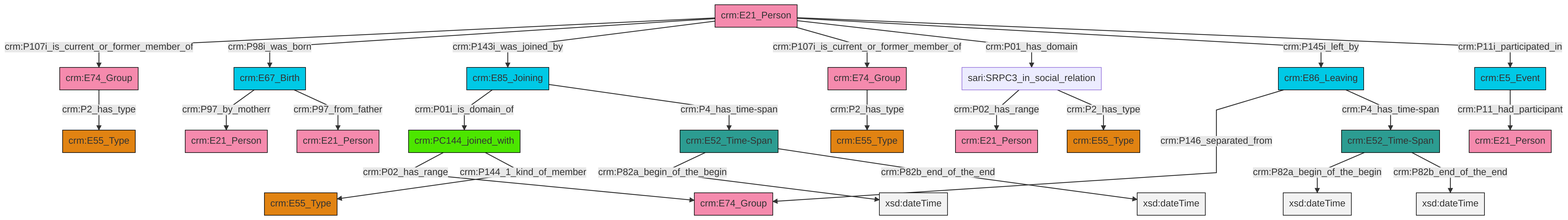
The Mermaid diagram et/personCSV/ttl/mmd/png/Person_Actor_Relations.png in swiss-art-research-net/reference-data-models, before a commit. Its source is kept beside it as et/personCSV/ttl/mmd/Person_Actor_Relations.ttl.mmd.
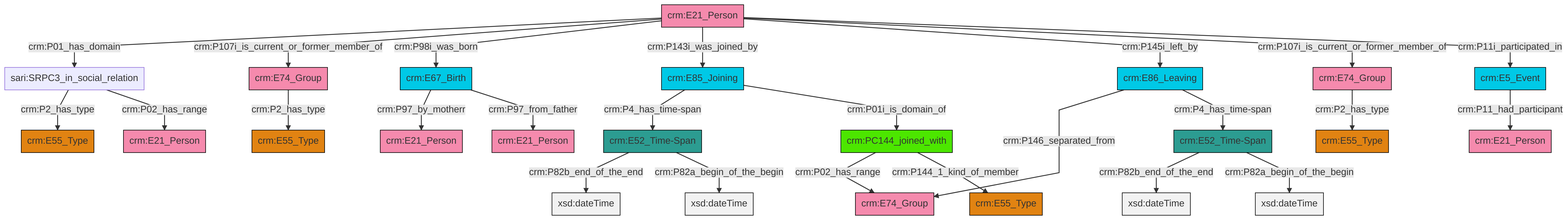
After the change.

Change to the diagram source:
```diff
@@ -13,27 +13,27 @@
 classDef PC_Classes fill:#4ce600, stroke:#000000;
 classDef Multi fill:#cccccc,stroke:#000000;
 
-2["crm:E21_Person"]:::Actor -->|crm:P107i_is_current_or_former_member_of| 3["crm:E74_Group"]:::Actor
-2["crm:E21_Person"]:::Actor -->|crm:P98i_was_born| 6["crm:E67_Birth"]:::Temporal_Entity
-7["crm:E85_Joining"]:::Temporal_Entity -->|crm:P01i_is_domain_of| 8["crm:PC144_joined_with"]:::PC_Classes
-6["crm:E67_Birth"]:::Temporal_Entity -->|crm:P97_by_motherr| 10["crm:E21_Person"]:::Actor
-13["crm:E86_Leaving"]:::Temporal_Entity -->|crm:P146_separated_from| 14["crm:E74_Group"]:::Actor
-15["crm:E52_Time-Span"]:::Time-Span -->|crm:P82a_begin_of_the_begin| 16[xsd:dateTime]:::Literal
-17["crm:E52_Time-Span"]:::Time-Span -->|crm:P82a_begin_of_the_begin| 18[xsd:dateTime]:::Literal
-17["crm:E52_Time-Span"]:::Time-Span -->|crm:P82b_end_of_the_end| 20[xsd:dateTime]:::Literal
-3["crm:E74_Group"]:::Actor -->|crm:P2_has_type| 11["crm:E55_Type"]:::Type
-15["crm:E52_Time-Span"]:::Time-Span -->|crm:P82b_end_of_the_end| 21[xsd:dateTime]:::Literal
-8["crm:PC144_joined_with"]:::PC_Classes -->|crm:P02_has_range| 14["crm:E74_Group"]:::Actor
-6["crm:E67_Birth"]:::Temporal_Entity -->|crm:P97_from_father| 22["crm:E21_Person"]:::Actor
-8["crm:PC144_joined_with"]:::PC_Classes -->|crm:P144_1_kind_of_member| 25["crm:E55_Type"]:::Type
-13["crm:E86_Leaving"]:::Temporal_Entity -->|crm:P4_has_time-span| 17["crm:E52_Time-Span"]:::Time-Span
-2["crm:E21_Person"]:::Actor -->|crm:P143i_was_joined_by| 7["crm:E85_Joining"]:::Temporal_Entity
-2["crm:E21_Person"]:::Actor -->|crm:P107i_is_current_or_former_member_of| 26["crm:E74_Group"]:::Actor
-2["crm:E21_Person"]:::Actor -->|crm:P01_has_domain| 27["sari:SRPC3_in_social_relation"]:::Default
-2["crm:E21_Person"]:::Actor -->|crm:P145i_left_by| 13["crm:E86_Leaving"]:::Temporal_Entity
-26["crm:E74_Group"]:::Actor -->|crm:P2_has_type| 4["crm:E55_Type"]:::Type
-27["sari:SRPC3_in_social_relation"]:::Default -->|crm:P02_has_range| 0["crm:E21_Person"]:::Actor
-2["crm:E21_Person"]:::Actor -->|crm:P11i_participated_in| 35["crm:E5_Event"]:::Temporal_Entity
-35["crm:E5_Event"]:::Temporal_Entity -->|crm:P11_had_participant| 39["crm:E21_Person"]:::Actor
-27["sari:SRPC3_in_social_relation"]:::Default -->|crm:P2_has_type| 41["crm:E55_Type"]:::Type
-7["crm:E85_Joining"]:::Temporal_Entity -->|crm:P4_has_time-span| 15["crm:E52_Time-Span"]:::Time-Span
+4["crm:E21_Person"]:::Actor -->|crm:P01_has_domain| 5["sari:SRPC3_in_social_relation"]:::Default
+6["crm:E52_Time-Span"]:::Time-Span -->|crm:P82b_end_of_the_end| 7[xsd:dateTime]:::Literal
+8["crm:E67_Birth"]:::Temporal_Entity -->|crm:P97_by_motherr| 9["crm:E21_Person"]:::Actor
+10["crm:E74_Group"]:::Actor -->|crm:P2_has_type| 11["crm:E55_Type"]:::Type
+4["crm:E21_Person"]:::Actor -->|crm:P107i_is_current_or_former_member_of| 12["crm:E74_Group"]:::Actor
+13["crm:E85_Joining"]:::Temporal_Entity -->|crm:P4_has_time-span| 6["crm:E52_Time-Span"]:::Time-Span
+5["sari:SRPC3_in_social_relation"]:::Default -->|crm:P2_has_type| 14["crm:E55_Type"]:::Type
+13["crm:E85_Joining"]:::Temporal_Entity -->|crm:P01i_is_domain_of| 18["crm:PC144_joined_with"]:::PC_Classes
+20["crm:E52_Time-Span"]:::Time-Span -->|crm:P82b_end_of_the_end| 21[xsd:dateTime]:::Literal
+2["crm:E86_Leaving"]:::Temporal_Entity -->|crm:P146_separated_from| 22["crm:E74_Group"]:::Actor
+5["sari:SRPC3_in_social_relation"]:::Default -->|crm:P02_has_range| 24["crm:E21_Person"]:::Actor
+20["crm:E52_Time-Span"]:::Time-Span -->|crm:P82a_begin_of_the_begin| 30[xsd:dateTime]:::Literal
+6["crm:E52_Time-Span"]:::Time-Span -->|crm:P82a_begin_of_the_begin| 32[xsd:dateTime]:::Literal
+18["crm:PC144_joined_with"]:::PC_Classes -->|crm:P02_has_range| 22["crm:E74_Group"]:::Actor
+18["crm:PC144_joined_with"]:::PC_Classes -->|crm:P144_1_kind_of_member| 26["crm:E55_Type"]:::Type
+4["crm:E21_Person"]:::Actor -->|crm:P98i_was_born| 8["crm:E67_Birth"]:::Temporal_Entity
+4["crm:E21_Person"]:::Actor -->|crm:P143i_was_joined_by| 13["crm:E85_Joining"]:::Temporal_Entity
+33["crm:E5_Event"]:::Temporal_Entity -->|crm:P11_had_participant| 0["crm:E21_Person"]:::Actor
+4["crm:E21_Person"]:::Actor -->|crm:P145i_left_by| 2["crm:E86_Leaving"]:::Temporal_Entity
+2["crm:E86_Leaving"]:::Temporal_Entity -->|crm:P4_has_time-span| 20["crm:E52_Time-Span"]:::Time-Span
+4["crm:E21_Person"]:::Actor -->|crm:P107i_is_current_or_former_member_of| 10["crm:E74_Group"]:::Actor
+8["crm:E67_Birth"]:::Temporal_Entity -->|crm:P97_from_father| 41["crm:E21_Person"]:::Actor
+12["crm:E74_Group"]:::Actor -->|crm:P2_has_type| 15["crm:E55_Type"]:::Type
+4["crm:E21_Person"]:::Actor -->|crm:P11i_participated_in| 33["crm:E5_Event"]:::Temporal_Entity
```
